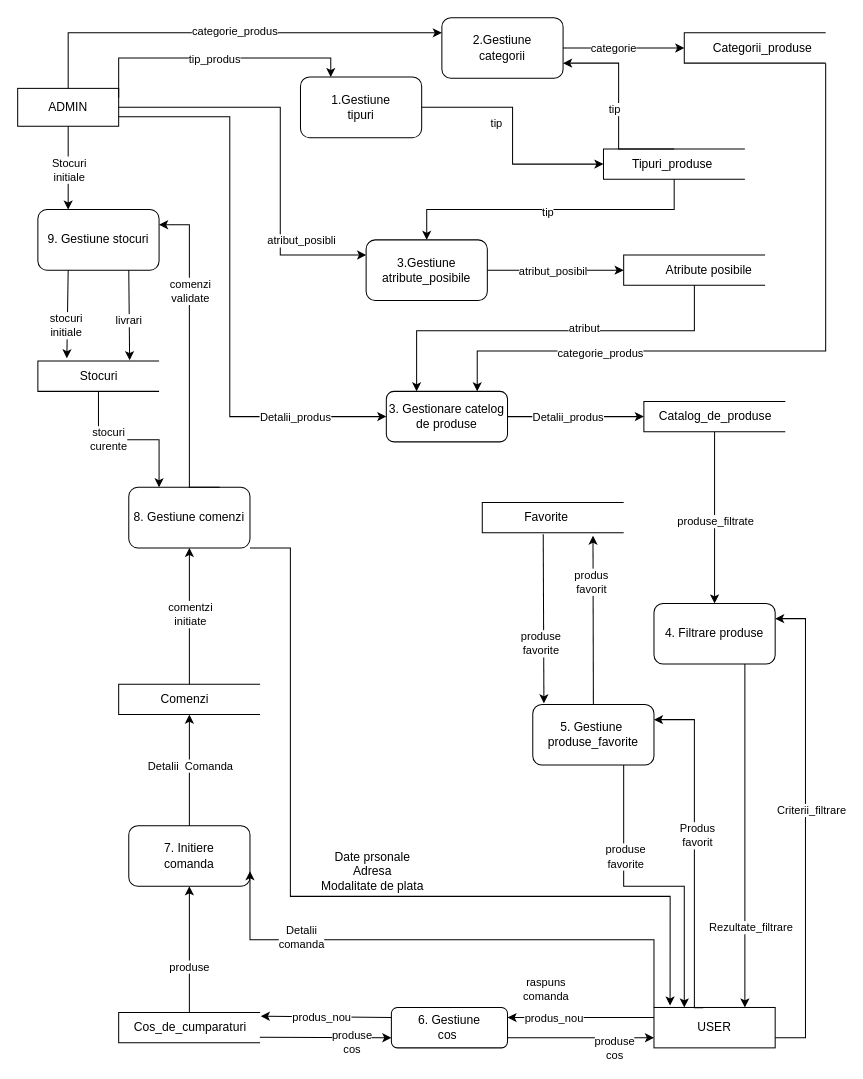
Earlier version of the draw.io diagram Diagrame/context_diagram.drawio (sergiusergiu1234/licenta). Source tidied: cells renumbered, new cells numbered last; positions are measured from the earlier drawing's top-left corner, leaving out a move shared by most shapes. Both pictures are drawn from the tidied source at 101%, with x=0, y=0 at pixel (17, 17).
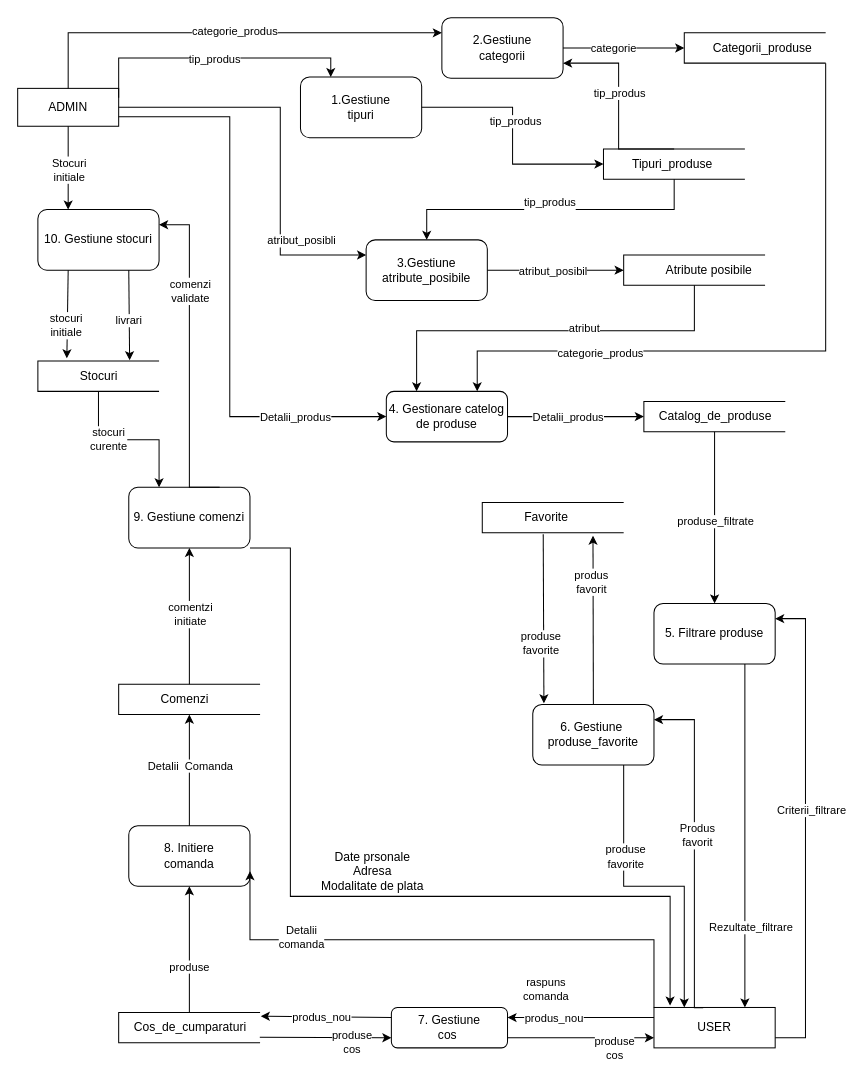
Above is the later version.

The change refers to these unchanged cells:
```xml
<mxCell id="64" value="&lt;span style=&quot;white-space: pre;&quot;&gt;&#9;&lt;/span&gt;Tipuri_produse" style="strokeWidth=1;html=1;shape=mxgraph.flowchart.annotation_1;align=left;" parent="1" vertex="1">
  <mxGeometry x="580" y="130" width="140" height="30" as="geometry" />
</mxCell>
<mxCell id="65" style="endArrow=classic;html=1;rounded=0;exitX=1;exitY=0.5;exitDx=0;exitDy=0;entryX=0;entryY=0.5;entryDx=0;entryDy=0;entryPerimeter=0;edgeStyle=elbowEdgeStyle;" parent="1" edge="1" source="63" target="64">
  <mxGeometry relative="1" as="geometry" />
</mxCell>
<mxCell id="73" style="endArrow=classic;html=1;rounded=0;exitX=0.5;exitY=0;exitDx=0;exitDy=0;exitPerimeter=0;entryX=1;entryY=0.75;entryDx=0;entryDy=0;edgeStyle=elbowEdgeStyle;" parent="1" edge="1" source="64" target="67">
  <mxGeometry relative="1" as="geometry" />
</mxCell>
<mxCell id="77" value="3.Gestiune&lt;br&gt;atribute_posibile" style="rounded=1;whiteSpace=wrap;html=1;" parent="1" vertex="1">
  <mxGeometry x="345" y="220" width="120" height="60" as="geometry" />
</mxCell>
```

The edit, as a diff of the source:
```diff
@@
-    <mxCell id="4" value="3. Gestionare catelog&lt;br&gt;de produse" style="rounded=1;whiteSpace=wrap;html=1;" parent="1" vertex="1">
+    <mxCell id="4" value="4. Gestionare catelog&lt;br&gt;de produse" style="rounded=1;whiteSpace=wrap;html=1;" parent="1" vertex="1">
       <mxGeometry x="365" y="370" width="120" height="50" as="geometry" />
     </mxCell>
@@
-    <mxCell id="10" value="4. Filtrare produse" style="rounded=1;whiteSpace=wrap;html=1;" parent="1" vertex="1">
+    <mxCell id="10" value="5. Filtrare produse" style="rounded=1;whiteSpace=wrap;html=1;" parent="1" vertex="1">
       <mxGeometry x="630" y="580" width="120" height="60" as="geometry" />
     </mxCell>
@@
-    <mxCell id="17" value="5. Gestiune&amp;nbsp;&lt;br&gt;produse_favorite" style="rounded=1;whiteSpace=wrap;html=1;" parent="1" vertex="1">
+    <mxCell id="17" value="6. Gestiune&amp;nbsp;&lt;br&gt;produse_favorite" style="rounded=1;whiteSpace=wrap;html=1;" parent="1" vertex="1">
       <mxGeometry x="510" y="680" width="120" height="60" as="geometry" />
     </mxCell>
@@
-    <mxCell id="27" value="6. Gestiune&lt;br&gt;cos&amp;nbsp;" style="rounded=1;whiteSpace=wrap;html=1;" parent="1" vertex="1">
+    <mxCell id="27" value="7. Gestiune&lt;br&gt;cos&amp;nbsp;" style="rounded=1;whiteSpace=wrap;html=1;" parent="1" vertex="1">
       <mxGeometry x="370" y="980" width="115" height="40" as="geometry" />
     </mxCell>
@@
-    <mxCell id="37" value="7. Initiere&lt;br&gt;comanda" style="rounded=1;whiteSpace=wrap;html=1;" parent="1" vertex="1">
+    <mxCell id="37" value="8. Initiere&lt;br&gt;comanda" style="rounded=1;whiteSpace=wrap;html=1;" parent="1" vertex="1">
       <mxGeometry x="110" y="800" width="120" height="60" as="geometry" />
     </mxCell>
@@
-    <mxCell id="46" value="8. Gestiune comenzi" style="rounded=1;whiteSpace=wrap;html=1;" parent="1" vertex="1">
+    <mxCell id="46" value="9. Gestiune comenzi" style="rounded=1;whiteSpace=wrap;html=1;" parent="1" vertex="1">
       <mxGeometry x="110" y="465" width="120" height="60" as="geometry" />
     </mxCell>
@@
-    <mxCell id="51" value="9. Gestiune stocuri" style="rounded=1;whiteSpace=wrap;html=1;" parent="1" vertex="1">
+    <mxCell id="51" value="10. Gestiune stocuri" style="rounded=1;whiteSpace=wrap;html=1;" parent="1" vertex="1">
       <mxGeometry x="20" y="190" width="120" height="60" as="geometry" />
     </mxCell>
@@
-    <mxCell id="66" value="tip" style="edgeLabel;html=1;align=center;verticalAlign=middle;" parent="65" vertex="1">
-      <mxGeometry x="-0.37" y="1" relative="1" as="geometry">
-        <mxPoint x="-1" y="17" as="offset" />
-      </mxGeometry>
-    </mxCell>
+    <mxCell id="89" value="tip_produs" style="edgeLabel;html=1;align=center;verticalAlign=middle;" parent="65" vertex="1">
+      <mxGeometry x="-0.12" y="2" relative="1" as="geometry" />
+    </mxCell>
@@
-    <mxCell id="74" value="tip" style="edgeLabel;html=1;align=center;verticalAlign=middle;" parent="73" vertex="1">
-      <mxGeometry x="-0.23" y="2" relative="1" as="geometry">
-        <mxPoint x="-3" y="-20" as="offset" />
-      </mxGeometry>
-    </mxCell>
+    <mxCell id="90" value="tip_produs" style="edgeLabel;html=1;align=center;verticalAlign=middle;" parent="73" vertex="1">
+      <mxGeometry x="0.14" relative="1" as="geometry" />
+    </mxCell>
@@
-    <mxCell id="79" style="endArrow=classic;html=1;rounded=0;exitX=0.5;exitY=1;exitDx=0;exitDy=0;exitPerimeter=0;entryX=0.5;entryY=0;entryDx=0;entryDy=0;edgeStyle=elbowEdgeStyle;elbow=vertical;" parent="1" edge="1" source="64" target="77">
+    <mxCell id="79" value="&#10;&lt;span style=&quot;color: rgb(0, 0, 0); font-family: Helvetica; font-size: 11px; font-style: normal; font-variant-ligatures: normal; font-variant-caps: normal; font-weight: 400; letter-spacing: normal; orphans: 2; text-align: center; text-indent: 0px; text-transform: none; widows: 2; word-spacing: 0px; -webkit-text-stroke-width: 0px; background-color: rgb(255, 255, 255); text-decoration-thickness: initial; text-decoration-style: initial; text-decoration-color: initial; float: none; display: inline !important;&quot;&gt;tip_produs&lt;/span&gt;&#10;&#10;" style="endArrow=classic;html=1;rounded=0;exitX=0.5;exitY=1;exitDx=0;exitDy=0;exitPerimeter=0;entryX=0.5;entryY=0;entryDx=0;entryDy=0;edgeStyle=elbowEdgeStyle;elbow=vertical;" parent="1" edge="1" source="64" target="77">
       <mxGeometry relative="1" as="geometry" />
     </mxCell>
-    <mxCell id="80" value="tip" style="edgeLabel;html=1;align=center;verticalAlign=middle;" parent="79" vertex="1">
-      <mxGeometry x="-0.1" y="5" relative="1" as="geometry">
-        <mxPoint x="-19" y="-3" as="offset" />
-      </mxGeometry>
-    </mxCell>
```
